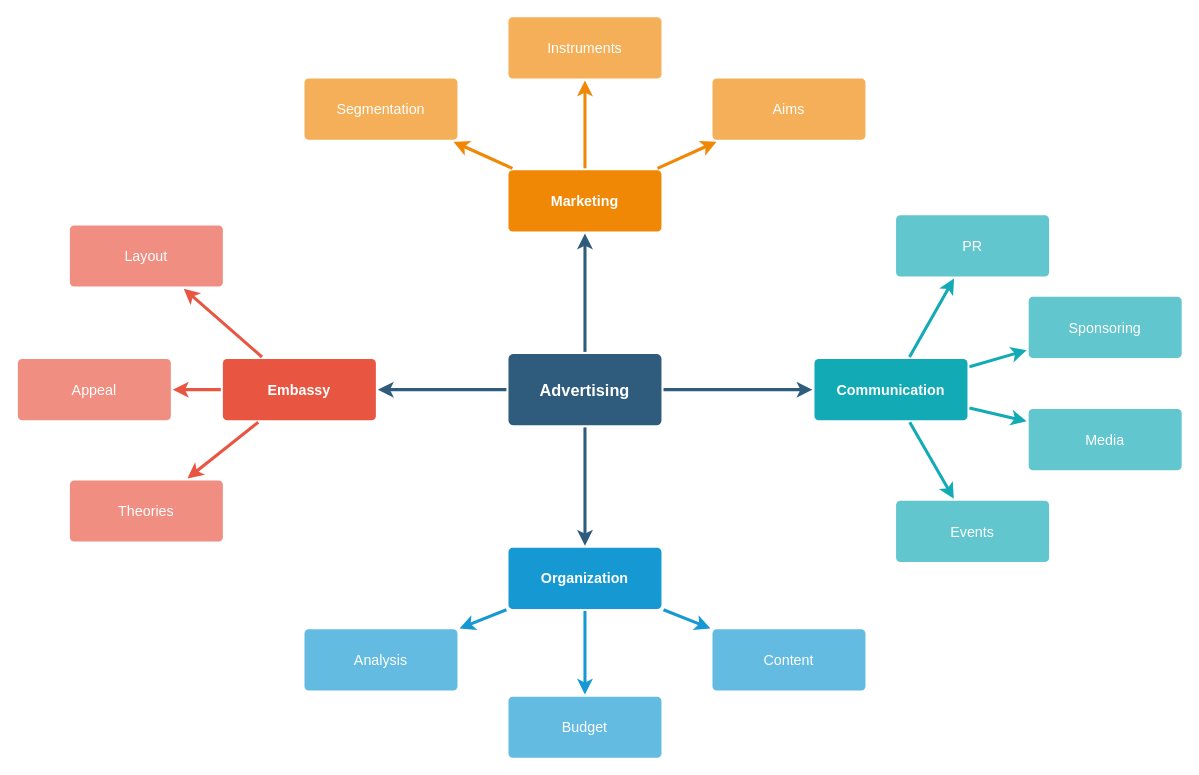
This is Untitled Diagram.drawio from kaniadinda/flowchart, a draw.io file, before an edit. Source tidied: cells renumbered, new cells numbered last; positions are measured from the earlier drawing's top-left corner, leaving out a move shared by most shapes. Both pictures are drawn from the tidied source at 102%, with x=0, y=0 at pixel (17, 16).
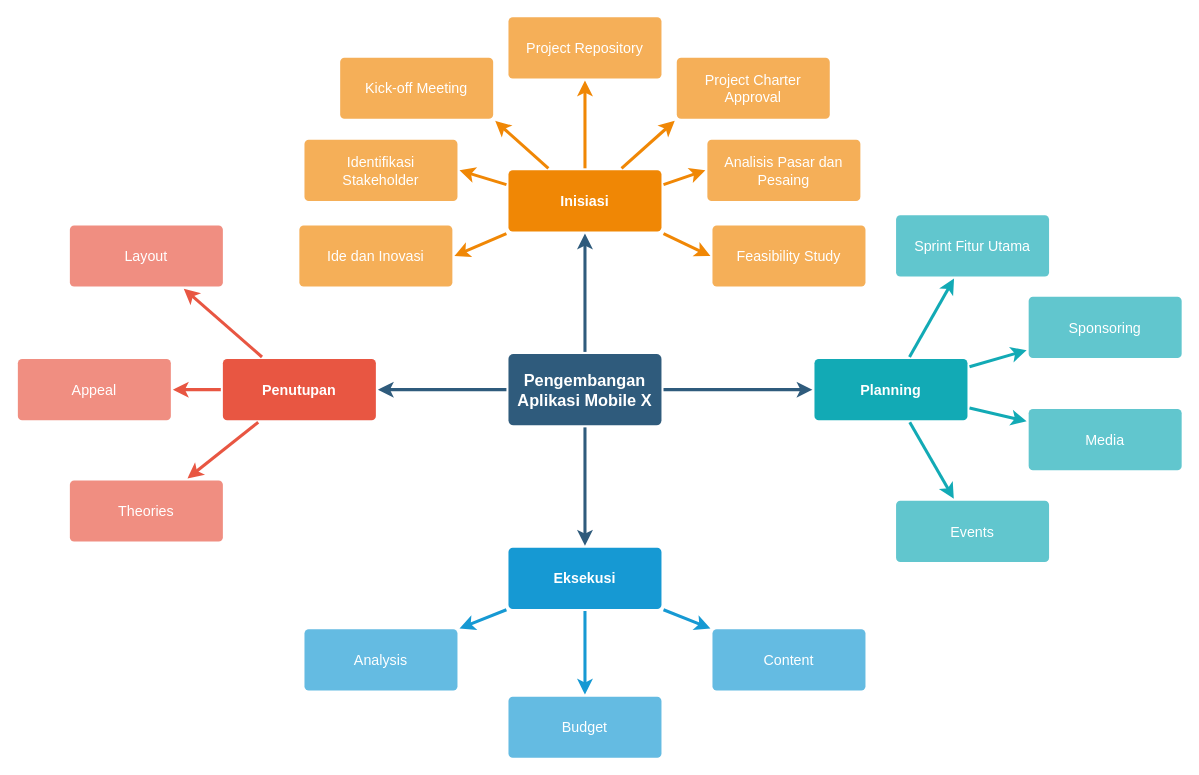
The same page after the edit.

Change to the diagram source:
```diff
@@
-    <mxCell id="6" value="Advertising" style="rounded=1;whiteSpace=wrap;html=1;shadow=0;labelBackgroundColor=none;strokeColor=none;strokeWidth=3;fillColor=#2F5B7C;fontFamily=Helvetica;fontSize=16;fontColor=#FFFFFF;align=center;fontStyle=1;spacing=5;arcSize=7;perimeterSpacing=2;" parent="1" vertex="1">
+    <mxCell id="6" value="Pengembangan&lt;div&gt;Aplikasi Mobile X&lt;/div&gt;" style="rounded=1;whiteSpace=wrap;html=1;shadow=0;labelBackgroundColor=none;strokeColor=none;strokeWidth=3;fillColor=#2F5B7C;fontFamily=Helvetica;fontSize=16;fontColor=#FFFFFF;align=center;fontStyle=1;spacing=5;arcSize=7;perimeterSpacing=2;" parent="1" vertex="1">
       <mxGeometry x="481" y="330.5" width="150" height="70" as="geometry" />
     </mxCell>
@@
-    <mxCell id="10" value="Embassy" style="rounded=1;whiteSpace=wrap;html=1;shadow=0;labelBackgroundColor=none;strokeColor=none;strokeWidth=3;fillColor=#e85642;fontFamily=Helvetica;fontSize=14;fontColor=#FFFFFF;align=center;spacing=5;fontStyle=1;arcSize=7;perimeterSpacing=2;" parent="1" vertex="1">
+    <mxCell id="10" value="Penutupan" style="rounded=1;whiteSpace=wrap;html=1;shadow=0;labelBackgroundColor=none;strokeColor=none;strokeWidth=3;fillColor=#e85642;fontFamily=Helvetica;fontSize=14;fontColor=#FFFFFF;align=center;spacing=5;fontStyle=1;arcSize=7;perimeterSpacing=2;" parent="1" vertex="1">
       <mxGeometry x="201" y="335.5" width="150" height="60" as="geometry" />
     </mxCell>
@@
-    <mxCell id="17" value="Organization" style="rounded=1;whiteSpace=wrap;html=1;shadow=0;labelBackgroundColor=none;strokeColor=none;strokeWidth=3;fillColor=#1699d3;fontFamily=Helvetica;fontSize=14;fontColor=#FFFFFF;align=center;spacing=5;fontStyle=1;arcSize=7;perimeterSpacing=2;" parent="1" vertex="1">
+    <mxCell id="17" value="Eksekusi" style="rounded=1;whiteSpace=wrap;html=1;shadow=0;labelBackgroundColor=none;strokeColor=none;strokeWidth=3;fillColor=#1699d3;fontFamily=Helvetica;fontSize=14;fontColor=#FFFFFF;align=center;spacing=5;fontStyle=1;arcSize=7;perimeterSpacing=2;" parent="1" vertex="1">
       <mxGeometry x="481" y="520.5" width="150" height="60" as="geometry" />
     </mxCell>
@@
-    <mxCell id="21" value="Marketing" style="rounded=1;whiteSpace=wrap;html=1;shadow=0;labelBackgroundColor=none;strokeColor=none;strokeWidth=3;fillColor=#F08705;fontFamily=Helvetica;fontSize=14;fontColor=#FFFFFF;align=center;spacing=5;fontStyle=1;arcSize=7;perimeterSpacing=2;" parent="1" vertex="1">
+    <mxCell id="21" value="Inisiasi" style="rounded=1;whiteSpace=wrap;html=1;shadow=0;labelBackgroundColor=none;strokeColor=none;strokeWidth=3;fillColor=#F08705;fontFamily=Helvetica;fontSize=14;fontColor=#FFFFFF;align=center;spacing=5;fontStyle=1;arcSize=7;perimeterSpacing=2;" parent="1" vertex="1">
       <mxGeometry x="481" y="150.5" width="150" height="60" as="geometry" />
     </mxCell>
-    <mxCell id="22" value="Aims&lt;br&gt;" style="rounded=1;whiteSpace=wrap;html=1;shadow=0;labelBackgroundColor=none;strokeColor=none;strokeWidth=3;fillColor=#f5af58;fontFamily=Helvetica;fontSize=14;fontColor=#FFFFFF;align=center;spacing=5;arcSize=7;perimeterSpacing=2;" parent="1" vertex="1">
-      <mxGeometry x="681" y="60.5" width="150" height="60" as="geometry" />
+    <mxCell id="22" value="Project Charter Approval" style="rounded=1;whiteSpace=wrap;html=1;shadow=0;labelBackgroundColor=none;strokeColor=none;strokeWidth=3;fillColor=#f5af58;fontFamily=Helvetica;fontSize=14;fontColor=#FFFFFF;align=center;spacing=5;arcSize=7;perimeterSpacing=2;" parent="1" vertex="1">
+      <mxGeometry x="646" y="40" width="150" height="60" as="geometry" />
     </mxCell>
-    <mxCell id="23" style="edgeStyle=none;rounded=0;jumpStyle=none;html=1;shadow=0;labelBackgroundColor=none;startArrow=none;startFill=0;endArrow=classic;endFill=1;jettySize=auto;strokeColor=#F08705;strokeWidth=3;fontFamily=Helvetica;fontSize=14;fontColor=#FFFFFF;spacing=5;" parent="1" edge="1" source="21" target="22">
+    <mxCell id="23" style="edgeStyle=none;rounded=0;jumpStyle=none;html=1;shadow=0;labelBackgroundColor=none;startArrow=none;startFill=0;endArrow=classic;endFill=1;jettySize=auto;strokeColor=#F08705;strokeWidth=3;fontFamily=Helvetica;fontSize=14;fontColor=#FFFFFF;spacing=5;entryX=0;entryY=1;entryDx=0;entryDy=0;" parent="1" edge="1" source="21" target="22">
       <mxGeometry relative="1" as="geometry" />
     </mxCell>
-    <mxCell id="24" value="Instruments" style="rounded=1;whiteSpace=wrap;html=1;shadow=0;labelBackgroundColor=none;strokeColor=none;strokeWidth=3;fillColor=#f5af58;fontFamily=Helvetica;fontSize=14;fontColor=#FFFFFF;align=center;spacing=5;arcSize=7;perimeterSpacing=2;" parent="1" vertex="1">
+    <mxCell id="24" value="Project Repository" style="rounded=1;whiteSpace=wrap;html=1;shadow=0;labelBackgroundColor=none;strokeColor=none;strokeWidth=3;fillColor=#f5af58;fontFamily=Helvetica;fontSize=14;fontColor=#FFFFFF;align=center;spacing=5;arcSize=7;perimeterSpacing=2;" parent="1" vertex="1">
       <mxGeometry x="481" y="0.5" width="150" height="60" as="geometry" />
     </mxCell>
@@
-    <mxCell id="26" value="Segmentation" style="rounded=1;whiteSpace=wrap;html=1;shadow=0;labelBackgroundColor=none;strokeColor=none;strokeWidth=3;fillColor=#f5af58;fontFamily=Helvetica;fontSize=14;fontColor=#FFFFFF;align=center;spacing=5;arcSize=7;perimeterSpacing=2;" parent="1" vertex="1">
-      <mxGeometry x="281" y="60.5" width="150" height="60" as="geometry" />
+    <mxCell id="26" value="Kick-off Meeting" style="rounded=1;whiteSpace=wrap;html=1;shadow=0;labelBackgroundColor=none;strokeColor=none;strokeWidth=3;fillColor=#f5af58;fontFamily=Helvetica;fontSize=14;fontColor=#FFFFFF;align=center;spacing=5;arcSize=7;perimeterSpacing=2;" parent="1" vertex="1">
+      <mxGeometry x="316" y="40" width="150" height="60" as="geometry" />
     </mxCell>
-    <mxCell id="27" style="edgeStyle=none;rounded=0;jumpStyle=none;html=1;shadow=0;labelBackgroundColor=none;startArrow=none;startFill=0;endArrow=classic;endFill=1;jettySize=auto;strokeColor=#F08705;strokeWidth=3;fontFamily=Helvetica;fontSize=14;fontColor=#FFFFFF;spacing=5;" parent="1" edge="1" source="21" target="26">
+    <mxCell id="27" style="edgeStyle=none;rounded=0;jumpStyle=none;html=1;shadow=0;labelBackgroundColor=none;startArrow=none;startFill=0;endArrow=classic;endFill=1;jettySize=auto;strokeColor=#F08705;strokeWidth=3;fontFamily=Helvetica;fontSize=14;fontColor=#FFFFFF;spacing=5;entryX=1;entryY=1;entryDx=0;entryDy=0;" parent="1" edge="1" source="21" target="26">
       <mxGeometry relative="1" as="geometry" />
     </mxCell>
-    <mxCell id="28" value="Communication" style="rounded=1;whiteSpace=wrap;html=1;shadow=0;labelBackgroundColor=none;strokeColor=none;strokeWidth=3;fillColor=#12aab5;fontFamily=Helvetica;fontSize=14;fontColor=#FFFFFF;align=center;spacing=5;fontStyle=1;arcSize=7;perimeterSpacing=2;" parent="1" vertex="1">
+    <mxCell id="28" value="Planning" style="rounded=1;whiteSpace=wrap;html=1;shadow=0;labelBackgroundColor=none;strokeColor=none;strokeWidth=3;fillColor=#12aab5;fontFamily=Helvetica;fontSize=14;fontColor=#FFFFFF;align=center;spacing=5;fontStyle=1;arcSize=7;perimeterSpacing=2;" parent="1" vertex="1">
       <mxGeometry x="781" y="335.5" width="150" height="60" as="geometry" />
     </mxCell>
@@
-    <mxCell id="35" value="PR" style="rounded=1;whiteSpace=wrap;html=1;shadow=0;labelBackgroundColor=none;strokeColor=none;strokeWidth=3;fillColor=#61c6ce;fontFamily=Helvetica;fontSize=14;fontColor=#FFFFFF;align=center;spacing=5;fontStyle=0;arcSize=7;perimeterSpacing=2;" parent="1" vertex="1">
+    <mxCell id="35" value="Sprint Fitur Utama" style="rounded=1;whiteSpace=wrap;html=1;shadow=0;labelBackgroundColor=none;strokeColor=none;strokeWidth=3;fillColor=#61c6ce;fontFamily=Helvetica;fontSize=14;fontColor=#FFFFFF;align=center;spacing=5;fontStyle=0;arcSize=7;perimeterSpacing=2;" parent="1" vertex="1">
       <mxGeometry x="861" y="194.5" width="150" height="60" as="geometry" />
     </mxCell>
@@
+    <mxCell id="37" value="Ide dan Inovasi" style="rounded=1;whiteSpace=wrap;html=1;shadow=0;labelBackgroundColor=none;strokeColor=none;strokeWidth=3;fillColor=#f5af58;fontFamily=Helvetica;fontSize=14;fontColor=#FFFFFF;align=center;spacing=5;arcSize=7;perimeterSpacing=2;" parent="1" vertex="1">
+      <mxGeometry x="276" y="204.5" width="150" height="60" as="geometry" />
+    </mxCell>
+    <mxCell id="38" style="edgeStyle=none;rounded=0;jumpStyle=none;html=1;shadow=0;labelBackgroundColor=none;startArrow=none;startFill=0;endArrow=classic;endFill=1;jettySize=auto;strokeColor=#F08705;strokeWidth=3;fontFamily=Helvetica;fontSize=14;fontColor=#FFFFFF;spacing=5;entryX=1;entryY=0.5;entryDx=0;entryDy=0;exitX=0;exitY=1;exitDx=0;exitDy=0;" parent="1" edge="1" source="21" target="37">
+      <mxGeometry relative="1" as="geometry" />
+    </mxCell>
+    <mxCell id="39" value="Feasibility Study" style="rounded=1;whiteSpace=wrap;html=1;shadow=0;labelBackgroundColor=none;strokeColor=none;strokeWidth=3;fillColor=#f5af58;fontFamily=Helvetica;fontSize=14;fontColor=#FFFFFF;align=center;spacing=5;arcSize=7;perimeterSpacing=2;" parent="1" vertex="1">
+      <mxGeometry x="681" y="204.5" width="150" height="60" as="geometry" />
+    </mxCell>
+    <mxCell id="40" value="Analisis Pasar dan Pesaing" style="rounded=1;whiteSpace=wrap;html=1;shadow=0;labelBackgroundColor=none;strokeColor=none;strokeWidth=3;fillColor=#f5af58;fontFamily=Helvetica;fontSize=14;fontColor=#FFFFFF;align=center;spacing=5;arcSize=7;perimeterSpacing=2;" parent="1" vertex="1">
+      <mxGeometry x="676" y="120.5" width="150" height="60" as="geometry" />
+    </mxCell>
+    <mxCell id="41" value="Identifikasi Stakeholder" style="rounded=1;whiteSpace=wrap;html=1;shadow=0;labelBackgroundColor=none;strokeColor=none;strokeWidth=3;fillColor=#f5af58;fontFamily=Helvetica;fontSize=14;fontColor=#FFFFFF;align=center;spacing=5;arcSize=7;perimeterSpacing=2;" parent="1" vertex="1">
+      <mxGeometry x="281" y="120.5" width="150" height="60" as="geometry" />
+    </mxCell>
+    <mxCell id="42" style="edgeStyle=none;rounded=0;jumpStyle=none;html=1;shadow=0;labelBackgroundColor=none;startArrow=none;startFill=0;endArrow=classic;endFill=1;jettySize=auto;strokeColor=#F08705;strokeWidth=3;fontFamily=Helvetica;fontSize=14;fontColor=#FFFFFF;spacing=5;entryX=1;entryY=0.5;entryDx=0;entryDy=0;exitX=0;exitY=0.25;exitDx=0;exitDy=0;" parent="1" edge="1" source="21" target="41">
+      <mxGeometry relative="1" as="geometry" />
+    </mxCell>
+    <mxCell id="43" style="edgeStyle=none;rounded=0;jumpStyle=none;html=1;shadow=0;labelBackgroundColor=none;startArrow=none;startFill=0;endArrow=classic;endFill=1;jettySize=auto;strokeColor=#F08705;strokeWidth=3;fontFamily=Helvetica;fontSize=14;fontColor=#FFFFFF;spacing=5;entryX=0;entryY=0.5;entryDx=0;entryDy=0;exitX=1;exitY=0.25;exitDx=0;exitDy=0;" parent="1" edge="1" source="21" target="40">
+      <mxGeometry relative="1" as="geometry" />
+    </mxCell>
+    <mxCell id="44" style="edgeStyle=none;rounded=0;jumpStyle=none;html=1;shadow=0;labelBackgroundColor=none;startArrow=none;startFill=0;endArrow=classic;endFill=1;jettySize=auto;strokeColor=#F08705;strokeWidth=3;fontFamily=Helvetica;fontSize=14;fontColor=#FFFFFF;spacing=5;entryX=0;entryY=0.5;entryDx=0;entryDy=0;exitX=1;exitY=1;exitDx=0;exitDy=0;" parent="1" edge="1" source="21" target="39">
+      <mxGeometry relative="1" as="geometry" />
+    </mxCell>
```
